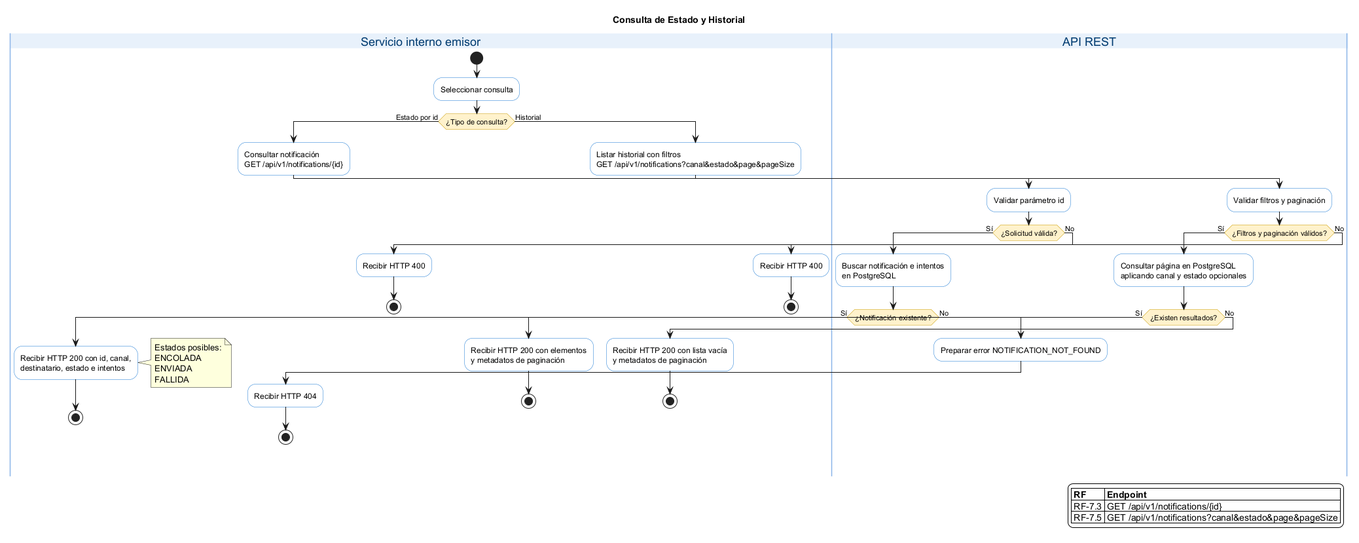
Before: notificaciones-architecture/diagrams/BP/consulta-estado-envio/notificaciones-03-bp-consulta-historial.png, a diagram exported from PlantUML (Frosmin/tigoBootcamp).
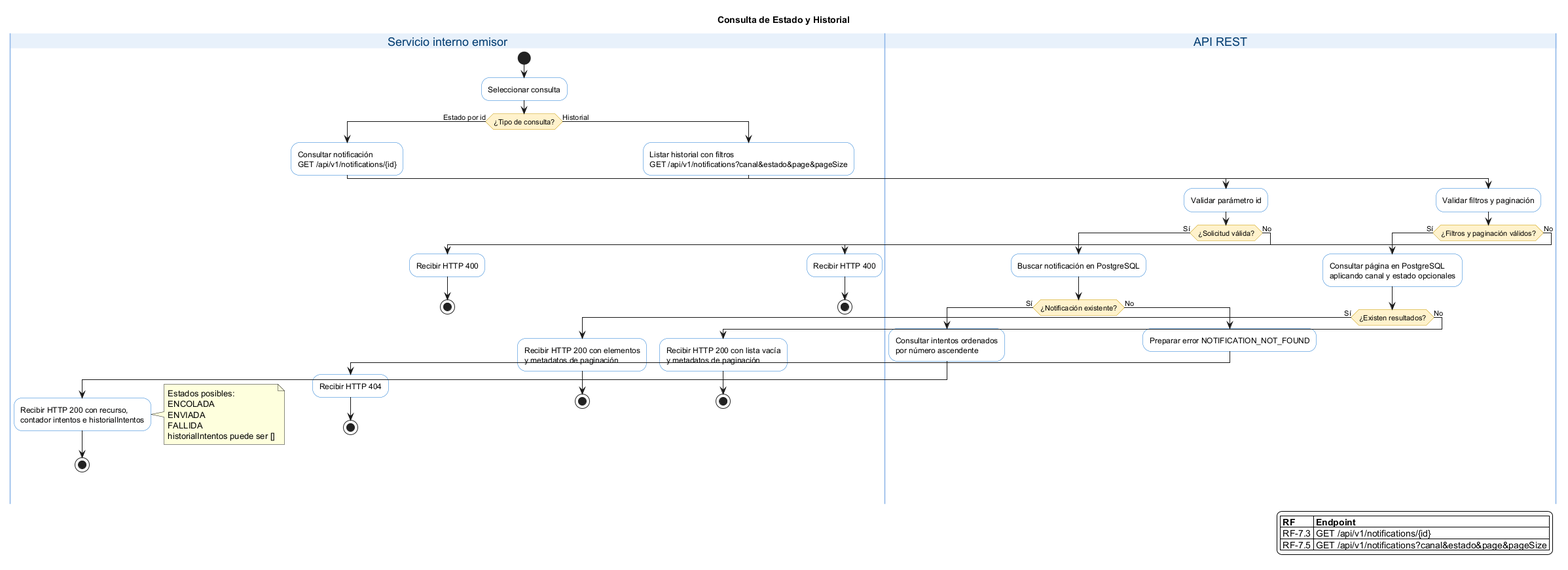
Later version of the same file.

Change to the diagram source:
```diff
@@ -29,15 +29,17 @@
     |API REST|
     :Validar parámetro id;
     if (¿Solicitud válida?) then (Sí)
-        :Buscar notificación e intentos\nen PostgreSQL;
+        :Buscar notificación en PostgreSQL;
         if (¿Notificación existente?) then (Sí)
+            :Consultar intentos ordenados\npor número ascendente;
             |Servicio interno emisor|
-            :Recibir HTTP 200 con id, canal,\ndestinatario, estado e intentos;
+            :Recibir HTTP 200 con recurso,\ncontador intentos e historialIntentos;
             note right
               Estados posibles:
               ENCOLADA
               ENVIADA
               FALLIDA
+              historialIntentos puede ser []
             end note
             stop
         else (No)
```
